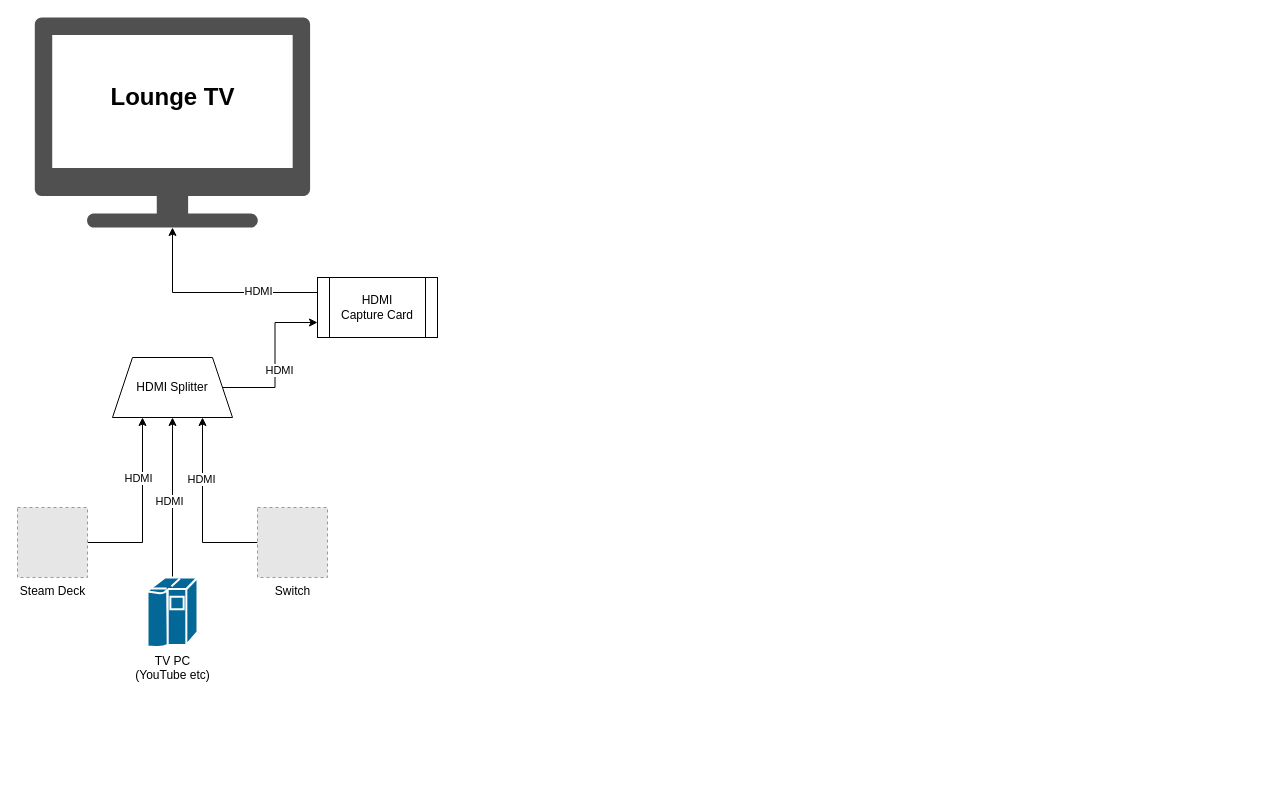
Earlier version of the draw.io diagram Untitled Diagram.drawio (medavox/drawio.diagrams). Source tidied: cells renumbered, new cells numbered last; positions are measured from the earlier drawing's top-left corner, leaving out a move shared by most shapes. Both pictures are drawn from the tidied source at 100%, with x=0, y=0 at pixel (17, 17). Pictures stored in the file or linked from it are replaced by grey dashed boxes.
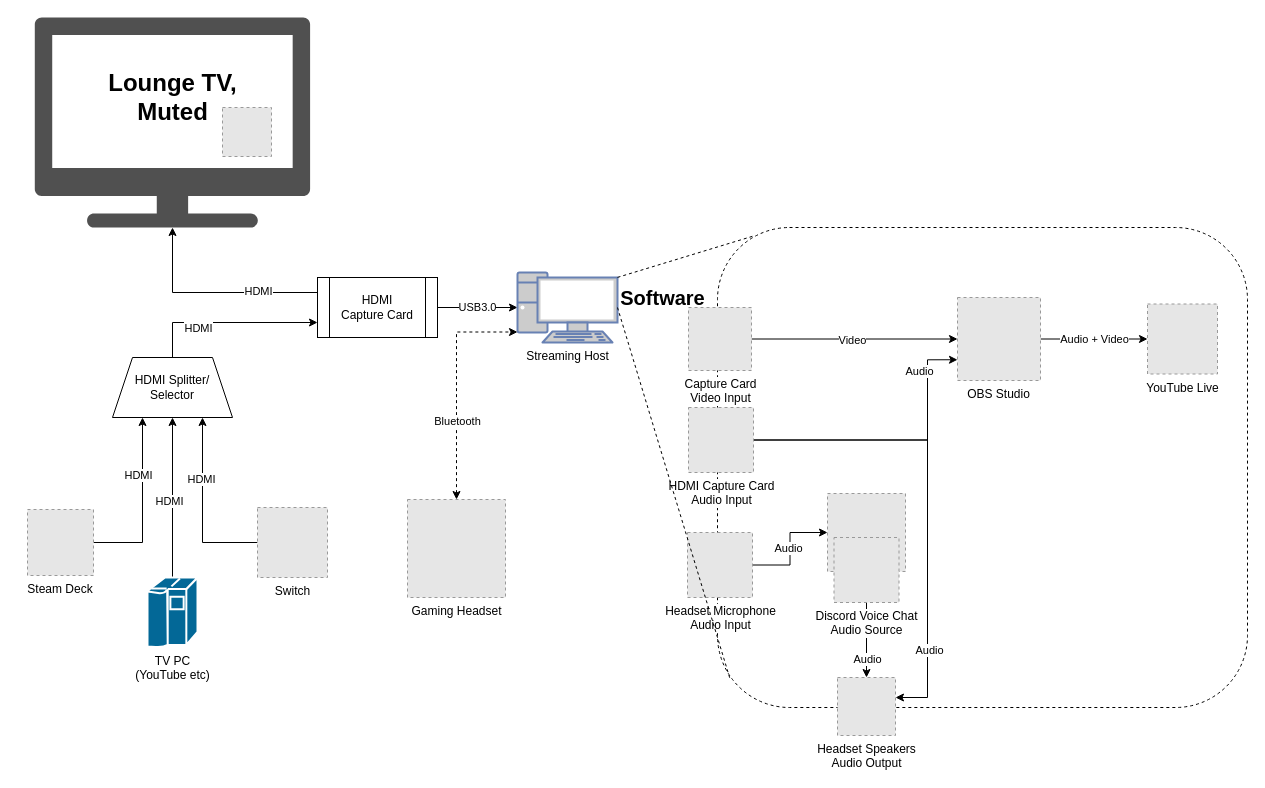
Above is the later version.

The change refers to these unchanged cells:
```xml
<mxCell id="18" value="&lt;div&gt;HDMI &lt;br&gt;&lt;/div&gt;&lt;div&gt;Capture Card&lt;/div&gt;" style="shape=process;whiteSpace=wrap;html=1;backgroundOutline=1;" parent="1" vertex="1">
  <mxGeometry x="300" y="260" width="120" height="60" as="geometry" />
</mxCell>
```

The edit, as a diff of the source:
```diff
@@
+    <mxCell id="19" style="rounded=1;whiteSpace=wrap;html=1;fontColor=#000000;dashed=1;labelBackgroundColor=none;fillColor=none;" parent="1" vertex="1">
+      <mxGeometry x="700" y="210" width="530" height="480" as="geometry" />
+    </mxCell>
@@
-    <mxCell id="8" value="Steam Deck" style="fillColor=#E6E6E6;strokeColor=#999999;dashed=1;html=1;verticalAlign=top;verticalLabelPosition=bottom;labelBackgroundColor=#ffffff;" parent="1" vertex="1">
-      <mxGeometry y="490" width="70" height="70" as="geometry" />
-    </mxCell>
@@
-    <mxCell id="12" style="edgeStyle=orthogonalEdgeStyle;rounded=0;jettySize=auto;html=1;entryX=0;entryY=0.75;entryDx=0;entryDy=0;" parent="1" edge="1" source="14" target="18">
+    <mxCell id="12" style="edgeStyle=orthogonalEdgeStyle;rounded=0;jettySize=auto;html=1;entryX=0;entryY=0.75;entryDx=0;entryDy=0;exitX=0.5;exitY=0;exitDx=0;exitDy=0;" parent="1" edge="1" source="14" target="18">
       <mxGeometry relative="1" as="geometry" />
     </mxCell>
     <mxCell id="13" value="HDMI" style="edgeLabel;html=1;align=center;verticalAlign=middle;" parent="12" vertex="1">
-      <mxGeometry x="-0.12" y="-4" relative="1" as="geometry" />
+      <mxGeometry x="-0.12" y="-4" relative="1" as="geometry">
+        <mxPoint x="-19" y="1" as="offset" />
+      </mxGeometry>
     </mxCell>
-    <mxCell id="14" value="HDMI Splitter" style="shape=trapezoid;perimeter=trapezoidPerimeter;whiteSpace=wrap;html=1;fixedSize=1;" parent="1" vertex="1">
+    <mxCell id="14" value="&lt;div&gt;HDMI Splitter/&lt;/div&gt;&lt;div&gt;Selector&lt;br&gt;&lt;/div&gt;" style="shape=trapezoid;perimeter=trapezoidPerimeter;whiteSpace=wrap;html=1;fixedSize=1;" parent="1" vertex="1">
       <mxGeometry x="95" y="340" width="120" height="60" as="geometry" />
     </mxCell>
-    <mxCell id="15" value="Lounge TV" style="text;strokeColor=none;fillColor=none;html=1;fontSize=24;fontStyle=1;verticalAlign=middle;align=center;" parent="1" vertex="1">
+    <mxCell id="15" value="&lt;div&gt;Lounge TV,&lt;/div&gt;&lt;div&gt;Muted&lt;br&gt;&lt;/div&gt;" style="text;strokeColor=none;fillColor=none;html=1;fontSize=24;fontStyle=1;verticalAlign=middle;align=center;" parent="1" vertex="1">
       <mxGeometry x="105" y="60" width="100" height="40" as="geometry" />
     </mxCell>
@@
+    <mxCell id="20" value="USB3.0" style="edgeStyle=orthogonalEdgeStyle;rounded=0;jettySize=auto;html=1;exitX=1;exitY=0.5;exitDx=0;exitDy=0;entryX=0;entryY=0.5;entryDx=0;entryDy=0;entryPerimeter=0;" parent="1" edge="1" source="18" target="21">
+      <mxGeometry relative="1" as="geometry" />
+    </mxCell>
@@
+    <mxCell id="21" value="&lt;font color=&quot;#000000&quot;&gt;Streaming Host&lt;/font&gt;" style="fontColor=#0066CC;verticalAlign=top;verticalLabelPosition=bottom;labelPosition=center;align=center;html=1;outlineConnect=0;fillColor=#CCCCCC;strokeColor=#6881B3;gradientColor=none;gradientDirection=north;strokeWidth=2;shape=mxgraph.networks.pc;" parent="1" vertex="1">
+      <mxGeometry x="500" y="255" width="100" height="70" as="geometry" />
+    </mxCell>
+    <mxCell id="22" value="Software" style="text;html=1;align=center;verticalAlign=middle;strokeColor=none;fillColor=none;fontColor=#000000;fontSize=20;fontStyle=1;" parent="1" vertex="1">
+      <mxGeometry x="590" y="260" width="110" height="40" as="geometry" />
+    </mxCell>
+    <mxCell id="23" value="Audio + Video" style="edgeStyle=orthogonalEdgeStyle;rounded=0;jettySize=auto;html=1;fontColor=#000000;" parent="1" edge="1" source="24" target="28">
+      <mxGeometry relative="1" as="geometry" />
+    </mxCell>
+    <mxCell id="24" value="OBS Studio" style="fillColor=#E6E6E6;strokeColor=#999999;dashed=1;verticalLabelPosition=bottom;verticalAlign=top;fontColor=#000000;" parent="1" vertex="1">
+      <mxGeometry x="940" y="280" width="83" height="83" as="geometry" />
+    </mxCell>
+    <mxCell id="25" style="edgeStyle=orthogonalEdgeStyle;rounded=0;jettySize=auto;html=1;fontColor=#000000;" parent="1" edge="1" source="29" target="24">
+      <mxGeometry relative="1" as="geometry" />
+    </mxCell>
+    <mxCell id="26" value="Video" style="edgeLabel;html=1;align=center;verticalAlign=middle;fontColor=#000000;" parent="25" vertex="1">
+      <mxGeometry x="-0.03" y="-1" relative="1" as="geometry" />
+    </mxCell>
+    <mxCell id="27" style="fillColor=#E6E6E6;strokeColor=#999999;dashed=1;html=1;verticalAlign=top;verticalLabelPosition=bottom;labelBackgroundColor=#ffffff;fontColor=#000000;" parent="1" vertex="1">
+      <mxGeometry x="810" y="476" width="78" height="78" as="geometry" />
+    </mxCell>
+    <mxCell id="8" value="Steam Deck" style="fillColor=#E6E6E6;strokeColor=#999999;dashed=1;verticalLabelPosition=bottom;verticalAlign=top;labelBackgroundColor=none;fontColor=#000000;" parent="1" vertex="1">
+      <mxGeometry x="10" y="492" width="66" height="66" as="geometry" />
+    </mxCell>
+    <mxCell id="28" value="YouTube Live" style="fillColor=#E6E6E6;strokeColor=#999999;dashed=1;html=1;verticalAlign=top;verticalLabelPosition=bottom;labelBackgroundColor=#ffffff;fontColor=#000000;" parent="1" vertex="1">
+      <mxGeometry x="1130" y="286.5" width="70" height="70" as="geometry" />
+    </mxCell>
+    <mxCell id="29" value="&lt;div&gt;Capture Card&lt;/div&gt;&lt;div&gt;Video Input&lt;br&gt;&lt;/div&gt;" style="fillColor=#E6E6E6;strokeColor=#999999;dashed=1;html=1;verticalAlign=top;verticalLabelPosition=bottom;labelBackgroundColor=#ffffff;fontColor=#000000;" parent="1" vertex="1">
+      <mxGeometry x="671" y="290" width="63" height="63" as="geometry" />
+    </mxCell>
+    <mxCell id="30" style="fillColor=#E6E6E6;strokeColor=#999999;dashed=1;html=1;verticalAlign=top;verticalLabelPosition=bottom;labelBackgroundColor=#ffffff;fontColor=#000000;" parent="1" vertex="1">
+      <mxGeometry x="205" y="90" width="49" height="49" as="geometry" />
+    </mxCell>
+    <mxCell id="31" style="edgeStyle=orthogonalEdgeStyle;rounded=0;jettySize=auto;html=1;fontColor=#000000;dashed=1;startArrow=classic;startFill=1;entryX=0;entryY=0.85;entryDx=0;entryDy=0;entryPerimeter=0;exitX=0.5;exitY=0;exitDx=0;exitDy=0;" parent="1" edge="1" source="33" target="21">
+      <mxGeometry relative="1" as="geometry" />
+    </mxCell>
+    <mxCell id="32" value="Bluetooth" style="edgeLabel;html=1;align=center;verticalAlign=middle;fontColor=#000000;" parent="31" vertex="1">
+      <mxGeometry x="-0.18" relative="1" as="geometry">
+        <mxPoint y="15" as="offset" />
+      </mxGeometry>
+    </mxCell>
+    <mxCell id="33" value="Gaming Headset" style="fillColor=#E6E6E6;strokeColor=#999999;dashed=1;html=1;verticalAlign=top;verticalLabelPosition=bottom;labelBackgroundColor=#ffffff;fontColor=#000000;" parent="1" vertex="1">
+      <mxGeometry x="390" y="482" width="98" height="98" as="geometry" />
+    </mxCell>
+    <mxCell id="34" style="edgeStyle=orthogonalEdgeStyle;rounded=0;jettySize=auto;html=1;fontColor=#000000;" parent="1" edge="1" source="36" target="27">
+      <mxGeometry relative="1" as="geometry" />
+    </mxCell>
+    <mxCell id="35" value="Audio" style="edgeLabel;html=1;align=center;verticalAlign=middle;fontColor=#000000;" parent="34" vertex="1">
+      <mxGeometry x="0.11" y="1" relative="1" as="geometry">
+        <mxPoint x="-1" y="5" as="offset" />
+      </mxGeometry>
+    </mxCell>
+    <mxCell id="36" value="&lt;div&gt;Headset Microphone&lt;/div&gt;&lt;div&gt;Audio Input&lt;br&gt;&lt;/div&gt;" style="fillColor=#E6E6E6;strokeColor=#999999;dashed=1;html=1;verticalAlign=top;verticalLabelPosition=bottom;labelBackgroundColor=#ffffff;fontColor=#000000;" parent="1" vertex="1">
+      <mxGeometry x="670" y="515" width="65" height="65" as="geometry" />
+    </mxCell>
+    <mxCell id="37" style="edgeStyle=orthogonalEdgeStyle;rounded=0;jettySize=auto;html=1;fontColor=#000000;entryX=0;entryY=0.75;entryDx=0;entryDy=0;" parent="1" edge="1" source="41" target="24">
+      <mxGeometry relative="1" as="geometry">
+        <Array as="points">
+          <mxPoint x="910" y="422" />
+          <mxPoint x="910" y="342" />
+        </Array>
+      </mxGeometry>
+    </mxCell>
+    <mxCell id="38" value="Audio" style="edgeLabel;html=1;align=center;verticalAlign=middle;fontColor=#000000;" parent="37" vertex="1">
+      <mxGeometry x="-0.26" y="-2" relative="1" as="geometry">
+        <mxPoint x="60" y="-71" as="offset" />
+      </mxGeometry>
+    </mxCell>
+    <mxCell id="39" style="edgeStyle=orthogonalEdgeStyle;rounded=0;jumpStyle=line;jettySize=auto;html=1;fontColor=#000000;startArrow=none;startFill=0;endArrow=classic;endFill=1;" parent="1" edge="1" source="41" target="44">
+      <mxGeometry relative="1" as="geometry">
+        <Array as="points">
+          <mxPoint x="910" y="422" />
+          <mxPoint x="910" y="680" />
+        </Array>
+      </mxGeometry>
+    </mxCell>
+    <mxCell id="40" value="Audio" style="edgeLabel;html=1;align=center;verticalAlign=middle;fontColor=#000000;" parent="39" vertex="1">
+      <mxGeometry x="0.24" y="1" relative="1" as="geometry">
+        <mxPoint y="97" as="offset" />
+      </mxGeometry>
+    </mxCell>
+    <mxCell id="41" value="&lt;div&gt;HDMI Capture Card&lt;/div&gt;&lt;div&gt;Audio Input&lt;br&gt;&lt;/div&gt;" style="fillColor=#E6E6E6;strokeColor=#999999;dashed=1;html=1;verticalAlign=top;verticalLabelPosition=bottom;labelBackgroundColor=#ffffff;fontColor=#000000;" parent="1" vertex="1">
+      <mxGeometry x="671" y="390" width="65" height="65" as="geometry" />
+    </mxCell>
+    <mxCell id="42" style="endArrow=none;html=1;rounded=0;fontColor=#000000;entryX=0.07;entryY=0.017;entryDx=0;entryDy=0;entryPerimeter=0;exitX=1;exitY=0.07;exitDx=0;exitDy=0;exitPerimeter=0;dashed=1;" parent="1" edge="1" source="21" target="19">
+      <mxGeometry relative="1" as="geometry" />
+    </mxCell>
+    <mxCell id="43" style="endArrow=none;html=1;rounded=0;fontColor=#000000;entryX=0.023;entryY=0.938;entryDx=0;entryDy=0;entryPerimeter=0;exitX=1;exitY=0.5;exitDx=0;exitDy=0;exitPerimeter=0;dashed=1;" parent="1" edge="1" source="21" target="19">
+      <mxGeometry relative="1" as="geometry" />
+    </mxCell>
+    <mxCell id="44" value="&lt;div&gt;Headset Speakers&lt;/div&gt;&lt;div&gt;Audio Output&lt;br&gt;&lt;/div&gt;" style="fillColor=#E6E6E6;strokeColor=#999999;dashed=1;html=1;verticalAlign=top;verticalLabelPosition=bottom;labelBackgroundColor=#ffffff;fontColor=#000000;" parent="1" vertex="1">
+      <mxGeometry x="820" y="660" width="58" height="58" as="geometry" />
+    </mxCell>
+    <mxCell id="45" style="edgeStyle=orthogonalEdgeStyle;rounded=0;jumpStyle=line;jettySize=auto;html=1;fontColor=#000000;startArrow=none;startFill=0;endArrow=classic;endFill=1;" parent="1" edge="1" source="47" target="44">
+      <mxGeometry relative="1" as="geometry" />
+    </mxCell>
+    <mxCell id="46" value="Audio" style="edgeLabel;html=1;align=center;verticalAlign=middle;fontColor=#000000;" parent="45" vertex="1">
+      <mxGeometry x="0.35" relative="1" as="geometry">
+        <mxPoint y="5" as="offset" />
+      </mxGeometry>
+    </mxCell>
+    <mxCell id="47" value="&lt;div&gt;Discord Voice Chat&lt;/div&gt;&lt;div&gt;Audio Source&lt;br&gt;&lt;/div&gt;" style="fillColor=#E6E6E6;strokeColor=#999999;dashed=1;html=1;verticalAlign=top;verticalLabelPosition=bottom;labelBackgroundColor=#ffffff;fontColor=#000000;" parent="1" vertex="1">
+      <mxGeometry x="816.5" y="520" width="65" height="65" as="geometry" />
+    </mxCell>
```
